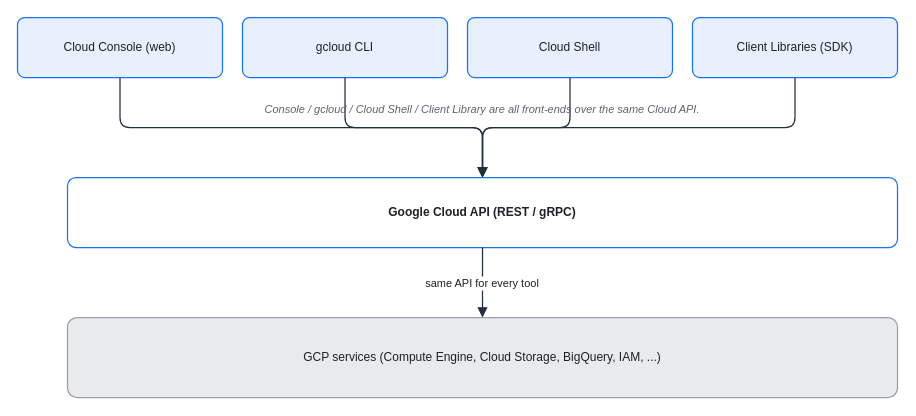
Before: assets/img/gcp/gcp-access-stack.drawio in KKamJi98/kkamji98.github.io, a draw.io diagram. Source tidied: cells renumbered, new cells numbered last; positions are measured from the earlier drawing's top-left corner, leaving out a move shared by most shapes. Both pictures are drawn from the tidied source at 100%, with x=0, y=0 at pixel (17, 17).
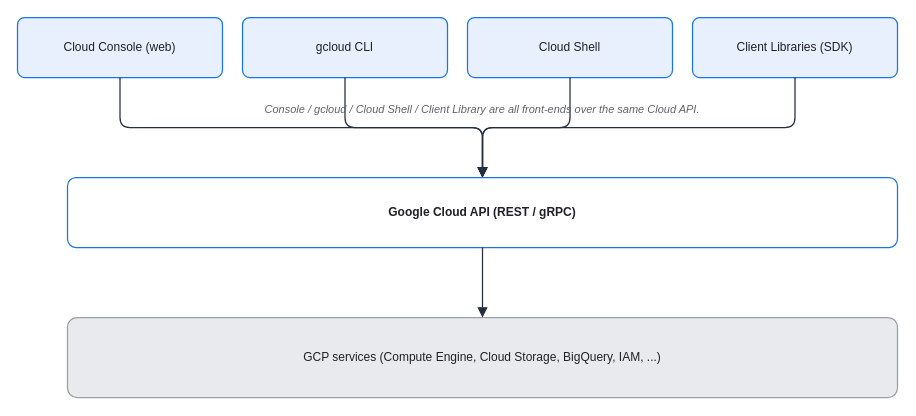
The same diagram, later.

Diff of the diagram source:
```diff
@@
 <mxGraphModel background="#FFFFFF">
   <root>
     <mxCell id="0" />
     <mxCell id="1" parent="0" />
     <mxCell id="2" value="Cloud Console (web)" style="rounded=1;whiteSpace=wrap;html=0;arcSize=12;shadow=0;fillColor=#E8F0FE;strokeColor=#1A73E8;fontColor=#202124;strokeWidth=1.25;" parent="1" vertex="1">
       <mxGeometry width="205" height="60" as="geometry" />
     </mxCell>
     <mxCell id="3" value="gcloud CLI" style="rounded=1;whiteSpace=wrap;html=0;arcSize=12;shadow=0;fillColor=#E8F0FE;strokeColor=#1A73E8;fontColor=#202124;strokeWidth=1.25;" parent="1" vertex="1">
       <mxGeometry x="225" width="205" height="60" as="geometry" />
     </mxCell>
     <mxCell id="4" value="Cloud Shell" style="rounded=1;whiteSpace=wrap;html=0;arcSize=12;shadow=0;fillColor=#E8F0FE;strokeColor=#1A73E8;fontColor=#202124;strokeWidth=1.25;" parent="1" vertex="1">
       <mxGeometry x="450" width="205" height="60" as="geometry" />
     </mxCell>
     <mxCell id="5" value="Client Libraries (SDK)" style="rounded=1;whiteSpace=wrap;html=0;arcSize=12;shadow=0;fillColor=#E8F0FE;strokeColor=#1A73E8;fontColor=#202124;strokeWidth=1.25;" parent="1" vertex="1">
       <mxGeometry x="675" width="205" height="60" as="geometry" />
     </mxCell>
     <mxCell id="6" value="Google Cloud API (REST / gRPC)" style="rounded=1;whiteSpace=wrap;html=0;arcSize=12;shadow=0;fillColor=#FFFFFF;strokeColor=#1A73E8;fontColor=#202124;fontStyle=1;strokeWidth=1.25;" parent="1" vertex="1">
       <mxGeometry x="50" y="160" width="830" height="70" as="geometry" />
     </mxCell>
     <mxCell id="7" value="GCP services (Compute Engine, Cloud Storage, BigQuery, IAM, ...)" style="rounded=1;whiteSpace=wrap;html=0;arcSize=12;shadow=0;fillColor=#E8EAED;strokeColor=#9AA0A6;fontColor=#202124;strokeWidth=1.25;" parent="1" vertex="1">
       <mxGeometry x="50" y="300" width="830" height="80" as="geometry" />
     </mxCell>
     <mxCell id="8" style="edgeStyle=orthogonalEdgeStyle;rounded=1;html=0;endArrow=block;strokeColor=#232F3E;strokeWidth=1.25;endSize=7;fontColor=#202124;" parent="1" edge="1" source="2" target="6">
       <mxGeometry relative="1" as="geometry" />
     </mxCell>
     <mxCell id="9" style="edgeStyle=orthogonalEdgeStyle;rounded=1;html=0;endArrow=block;strokeColor=#232F3E;strokeWidth=1.25;endSize=7;fontColor=#202124;" parent="1" edge="1" source="3" target="6">
       <mxGeometry relative="1" as="geometry" />
     </mxCell>
     <mxCell id="10" style="edgeStyle=orthogonalEdgeStyle;rounded=1;html=0;endArrow=block;strokeColor=#232F3E;strokeWidth=1.25;endSize=7;fontColor=#202124;" parent="1" edge="1" source="4" target="6">
       <mxGeometry relative="1" as="geometry" />
     </mxCell>
     <mxCell id="11" style="edgeStyle=orthogonalEdgeStyle;rounded=1;html=0;endArrow=block;strokeColor=#232F3E;strokeWidth=1.25;endSize=7;fontColor=#202124;" parent="1" edge="1" source="5" target="6">
       <mxGeometry relative="1" as="geometry" />
     </mxCell>
-    <mxCell id="12" value="same API for every tool" style="edgeStyle=orthogonalEdgeStyle;rounded=1;html=0;endArrow=block;strokeColor=#232F3E;fontColor=#202124;labelBackgroundColor=#FFFFFF;strokeWidth=1.25;endSize=7;" parent="1" edge="1" source="6" target="7">
+    <mxCell id="12" style="edgeStyle=orthogonalEdgeStyle;rounded=1;html=0;endArrow=block;strokeColor=#232F3E;fontColor=#202124;labelBackgroundColor=none;strokeWidth=1.25;endSize=7;" parent="1" edge="1" source="6" target="7">
       <mxGeometry relative="1" as="geometry" />
     </mxCell>
     <mxCell id="13" value="Console / gcloud / Cloud Shell / Client Library are all front-ends over the same Cloud API." style="text;html=0;align=center;verticalAlign=middle;whiteSpace=wrap;fontSize=11;fontColor=#5F6368;fontStyle=2;" parent="1" vertex="1">
       <mxGeometry x="50" y="80" width="830" height="24" as="geometry" />
     </mxCell>
   </root>
 </mxGraphModel>
```
